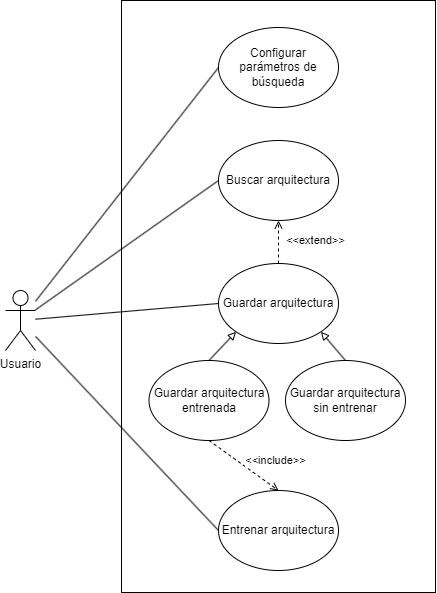
Before: diagramas/Casos de uso.drawio.png, a diagram exported from draw.io (TT-NAS/NAS). Source tidied: cells renumbered, new cells last; positions are measured from the earlier drawing's top-left corner, leaving out a move shared by most shapes.
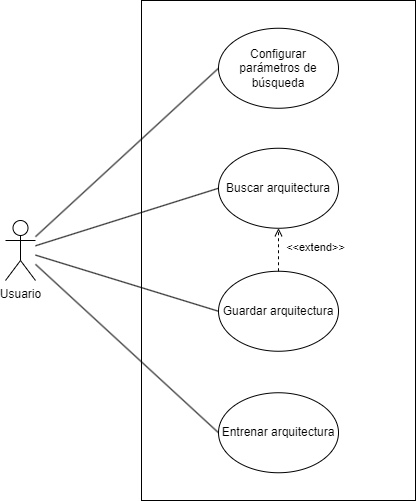
After the commit.

The edit, as a diff of the source:
```diff
@@ -3,22 +3,22 @@
     <mxCell id="0" />
     <mxCell id="1" parent="0" />
     <mxCell id="2" style="rounded=0;whiteSpace=wrap;html=1;" parent="1" vertex="1">
-      <mxGeometry x="116" width="314" height="592" as="geometry" />
+      <mxGeometry x="136" width="274" height="500" as="geometry" />
     </mxCell>
     <mxCell id="3" value="Usuario" style="shape=umlActor;verticalLabelPosition=bottom;verticalAlign=top;html=1;" parent="1" vertex="1">
-      <mxGeometry y="290" width="30" height="60" as="geometry" />
+      <mxGeometry y="220" width="30" height="60" as="geometry" />
     </mxCell>
     <mxCell id="4" style="edgeStyle=none;shape=connector;rounded=1;html=1;exitX=0;exitY=0.5;exitDx=0;exitDy=0;strokeColor=default;align=center;verticalAlign=middle;fontFamily=Helvetica;fontSize=11;fontColor=default;labelBackgroundColor=default;endArrow=none;endFill=0;" parent="1" edge="1" source="5" target="3">
       <mxGeometry relative="1" as="geometry" />
     </mxCell>
     <mxCell id="5" value="Configurar parámetros de búsqueda" style="ellipse;whiteSpace=wrap;html=1;" parent="1" vertex="1">
-      <mxGeometry x="213" y="27" width="120" height="80" as="geometry" />
+      <mxGeometry x="213" y="27.8" width="120" height="80" as="geometry" />
     </mxCell>
     <mxCell id="6" style="edgeStyle=none;shape=connector;rounded=1;html=1;exitX=0;exitY=0.5;exitDx=0;exitDy=0;strokeColor=default;align=center;verticalAlign=middle;fontFamily=Helvetica;fontSize=11;fontColor=default;labelBackgroundColor=default;endArrow=none;endFill=0;" parent="1" edge="1" source="7" target="3">
       <mxGeometry relative="1" as="geometry" />
     </mxCell>
     <mxCell id="7" value="Buscar arquitectura" style="ellipse;whiteSpace=wrap;html=1;" parent="1" vertex="1">
-      <mxGeometry x="213" y="140" width="120" height="80" as="geometry" />
+      <mxGeometry x="213" y="147.8" width="120" height="80" as="geometry" />
     </mxCell>
     <mxCell id="8" style="edgeStyle=none;shape=connector;rounded=1;html=1;exitX=0;exitY=0.5;exitDx=0;exitDy=0;strokeColor=default;align=center;verticalAlign=middle;fontFamily=Helvetica;fontSize=11;fontColor=default;labelBackgroundColor=default;endArrow=none;endFill=0;" parent="1" edge="1" source="10" target="3">
       <mxGeometry relative="1" as="geometry" />
@@ -27,28 +27,13 @@
       <mxGeometry x="0.07" y="-37" relative="1" as="geometry" />
     </mxCell>
     <mxCell id="10" value="Guardar arquitectura" style="ellipse;whiteSpace=wrap;html=1;" parent="1" vertex="1">
-      <mxGeometry x="213" y="263" width="120" height="80" as="geometry" />
+      <mxGeometry x="213" y="270.8" width="120" height="80" as="geometry" />
     </mxCell>
     <mxCell id="11" style="edgeStyle=none;shape=connector;rounded=1;html=1;exitX=0;exitY=0.5;exitDx=0;exitDy=0;strokeColor=default;align=center;verticalAlign=middle;fontFamily=Helvetica;fontSize=11;fontColor=default;labelBackgroundColor=default;endArrow=none;endFill=0;" parent="1" edge="1" source="12" target="3">
       <mxGeometry relative="1" as="geometry" />
     </mxCell>
     <mxCell id="12" value="Entrenar arquitectura" style="ellipse;whiteSpace=wrap;html=1;" parent="1" vertex="1">
-      <mxGeometry x="213" y="490" width="120" height="80" as="geometry" />
+      <mxGeometry x="213" y="392.2" width="120" height="80" as="geometry" />
     </mxCell>
-    <mxCell id="13" style="edgeStyle=none;shape=connector;rounded=1;html=1;exitX=0.5;exitY=0;exitDx=0;exitDy=0;entryX=1;entryY=1;entryDx=0;entryDy=0;strokeColor=default;align=center;verticalAlign=middle;fontFamily=Helvetica;fontSize=11;fontColor=default;labelBackgroundColor=default;endArrow=block;endFill=0;" parent="1" edge="1" source="14" target="10">
-      <mxGeometry relative="1" as="geometry" />
-    </mxCell>
-    <mxCell id="14" value="Guardar arquitectura sin entrenar" style="ellipse;whiteSpace=wrap;html=1;" parent="1" vertex="1">
-      <mxGeometry x="280" y="360" width="120" height="80" as="geometry" />
-    </mxCell>
-    <mxCell id="15" value="&amp;lt;&amp;lt;include&amp;gt;&amp;gt;" style="html=1;exitX=0.5;exitY=1;exitDx=0;exitDy=0;entryX=0.5;entryY=0;entryDx=0;entryDy=0;dashed=1;endArrow=open;endFill=0;" parent="1" edge="1" source="17" target="12">
-      <mxGeometry x="0.53" y="23" relative="1" as="geometry" />
-    </mxCell>
-    <mxCell id="16" style="edgeStyle=none;shape=connector;rounded=1;html=1;exitX=0.5;exitY=0;exitDx=0;exitDy=0;entryX=0;entryY=1;entryDx=0;entryDy=0;strokeColor=default;align=center;verticalAlign=middle;fontFamily=Helvetica;fontSize=11;fontColor=default;labelBackgroundColor=default;endArrow=block;endFill=0;" parent="1" edge="1" source="17" target="10">
-      <mxGeometry relative="1" as="geometry" />
-    </mxCell>
-    <mxCell id="17" value="Guardar arquitectura entrenada" style="ellipse;whiteSpace=wrap;html=1;" parent="1" vertex="1">
-      <mxGeometry x="143.5" y="360" width="120" height="80" as="geometry" />
-    </mxCell>
   </root>
 </mxGraphModel>
```
